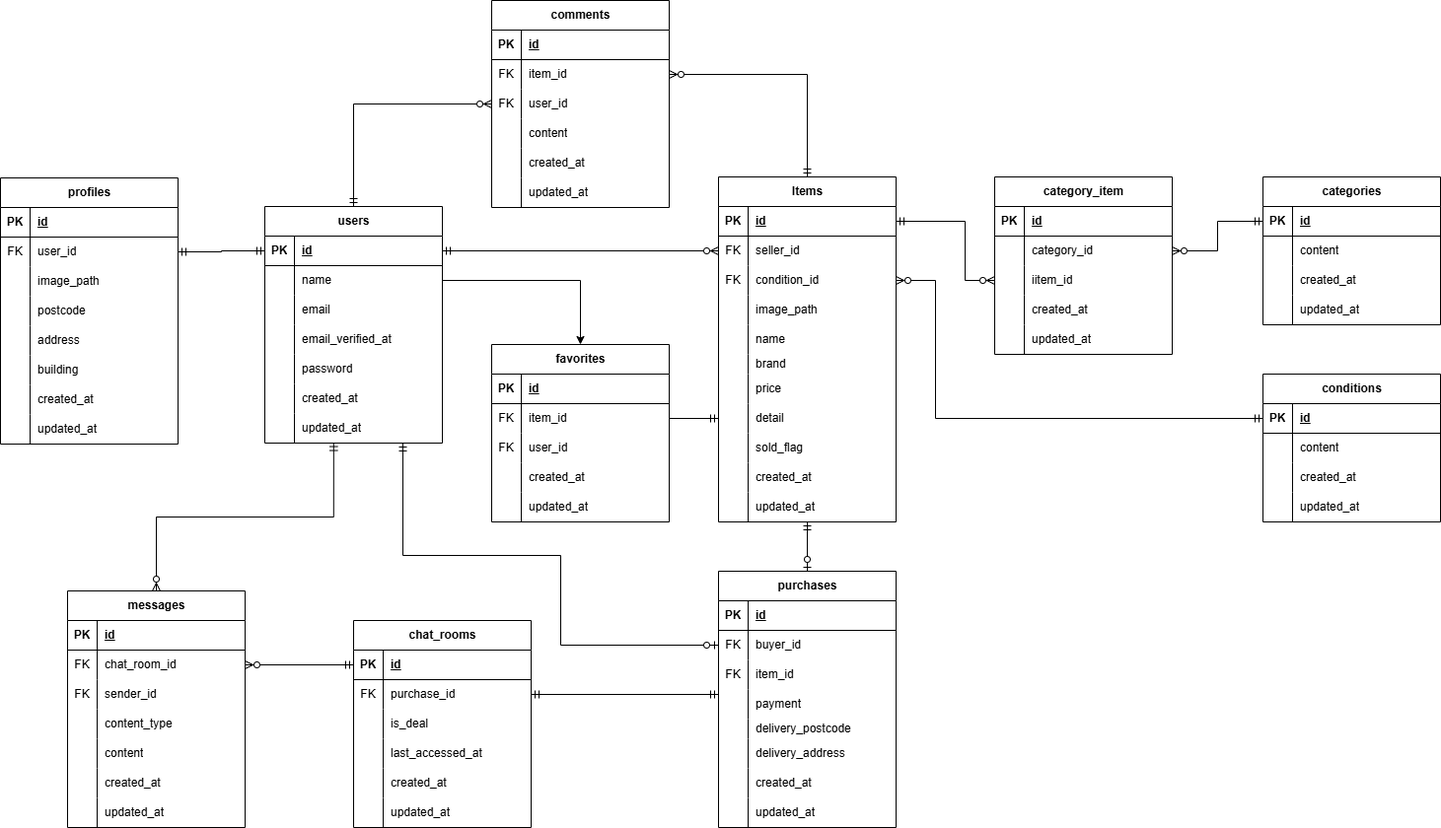
Roba-97/ObanaRyota-mockcase1-furima-app keeps this draw.io diagram as src/er-diagram.drawio.png. Above is the earlier version. Source tidied: cells renumbered, new cells last; positions are measured from the earlier drawing's top-left corner, leaving out a move shared by most shapes.
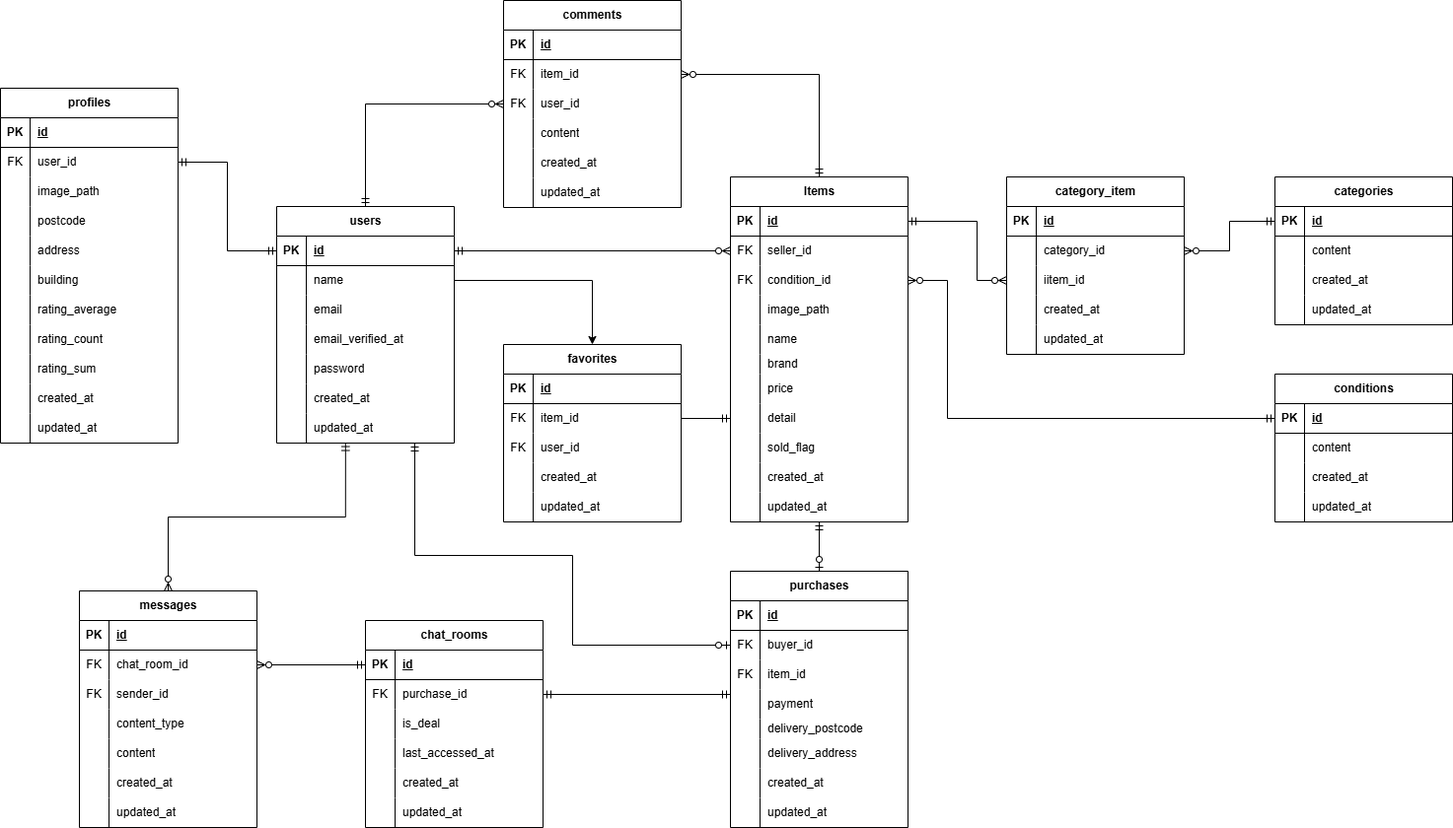
After the change.

Change to the diagram source:
```diff
@@ -72,7 +72,7 @@
       <mxGeometry x="30" width="150" height="30" as="geometry" />
     </mxCell>
     <mxCell id="25" value="profiles" style="shape=table;startSize=30;rowLines=0;fontStyle=1;align=center;html=1;" parent="1" vertex="1">
-      <mxGeometry y="180" width="180" height="270" as="geometry" />
+      <mxGeometry x="-12" y="89" width="180" height="360" as="geometry" />
     </mxCell>
     <mxCell id="26" style="shape=tableRow;horizontal=0;startSize=0;swimlaneHead=0;swimlaneBody=0;fillColor=none;top=0;left=0;right=0;bottom=1;" parent="25" vertex="1">
       <mxGeometry y="30" width="180" height="30" as="geometry" />
@@ -134,7 +134,7 @@
     <mxCell id="45" style="shape=partialRectangle;fillColor=none;top=0;left=0;bottom=0;right=0;overflow=hidden;whiteSpace=wrap;html=1;" parent="44" vertex="1">
       <mxGeometry width="30" height="30" as="geometry" />
     </mxCell>
-    <mxCell id="46" value="&lt;span style=&quot;color: rgb(0, 0, 0);&quot;&gt;created_at&lt;/span&gt;" style="shape=partialRectangle;fillColor=none;top=0;left=0;bottom=0;right=0;align=left;spacingLeft=6;overflow=hidden;whiteSpace=wrap;html=1;" parent="44" vertex="1">
+    <mxCell id="46" value="rating_average" style="shape=partialRectangle;fillColor=none;top=0;left=0;bottom=0;right=0;align=left;spacingLeft=6;overflow=hidden;whiteSpace=wrap;html=1;" parent="44" vertex="1">
       <mxGeometry x="30" width="150" height="30" as="geometry" />
     </mxCell>
     <mxCell id="47" style="shape=tableRow;horizontal=0;startSize=0;swimlaneHead=0;swimlaneBody=0;fillColor=none;top=0;left=0;right=0;bottom=0;" parent="25" vertex="1">
@@ -143,9 +143,36 @@
     <mxCell id="48" style="shape=partialRectangle;fillColor=none;top=0;left=0;bottom=0;right=0;overflow=hidden;whiteSpace=wrap;html=1;" parent="47" vertex="1">
       <mxGeometry width="30" height="30" as="geometry" />
     </mxCell>
-    <mxCell id="49" value="&lt;span style=&quot;color: rgb(0, 0, 0);&quot;&gt;updated_at&lt;/span&gt;" style="shape=partialRectangle;fillColor=none;top=0;left=0;bottom=0;right=0;align=left;spacingLeft=6;overflow=hidden;whiteSpace=wrap;html=1;" parent="47" vertex="1">
+    <mxCell id="49" value="rating_count" style="shape=partialRectangle;fillColor=none;top=0;left=0;bottom=0;right=0;align=left;spacingLeft=6;overflow=hidden;whiteSpace=wrap;html=1;" parent="47" vertex="1">
       <mxGeometry x="30" width="150" height="30" as="geometry" />
     </mxCell>
+    <mxCell id="241" style="shape=tableRow;horizontal=0;startSize=0;swimlaneHead=0;swimlaneBody=0;fillColor=none;top=0;left=0;right=0;bottom=0;" parent="25" vertex="1">
+      <mxGeometry y="270" width="180" height="30" as="geometry" />
+    </mxCell>
+    <mxCell id="242" style="shape=partialRectangle;fillColor=none;top=0;left=0;bottom=0;right=0;overflow=hidden;whiteSpace=wrap;html=1;" parent="241" vertex="1">
+      <mxGeometry width="30" height="30" as="geometry" />
+    </mxCell>
+    <mxCell id="243" value="rating_sum" style="shape=partialRectangle;fillColor=none;top=0;left=0;bottom=0;right=0;align=left;spacingLeft=6;overflow=hidden;whiteSpace=wrap;html=1;" parent="241" vertex="1">
+      <mxGeometry x="30" width="150" height="30" as="geometry" />
+    </mxCell>
+    <mxCell id="244" style="shape=tableRow;horizontal=0;startSize=0;swimlaneHead=0;swimlaneBody=0;fillColor=none;top=0;left=0;right=0;bottom=0;" parent="25" vertex="1">
+      <mxGeometry y="300" width="180" height="30" as="geometry" />
+    </mxCell>
+    <mxCell id="245" style="shape=partialRectangle;fillColor=none;top=0;left=0;bottom=0;right=0;overflow=hidden;whiteSpace=wrap;html=1;" parent="244" vertex="1">
+      <mxGeometry width="30" height="30" as="geometry" />
+    </mxCell>
+    <mxCell id="246" value="&lt;span style=&quot;color: rgb(0, 0, 0);&quot;&gt;created_at&lt;/span&gt;" style="shape=partialRectangle;fillColor=none;top=0;left=0;bottom=0;right=0;align=left;spacingLeft=6;overflow=hidden;whiteSpace=wrap;html=1;" parent="244" vertex="1">
+      <mxGeometry x="30" width="150" height="30" as="geometry" />
+    </mxCell>
+    <mxCell id="247" style="shape=tableRow;horizontal=0;startSize=0;swimlaneHead=0;swimlaneBody=0;fillColor=none;top=0;left=0;right=0;bottom=0;" parent="25" vertex="1">
+      <mxGeometry y="330" width="180" height="30" as="geometry" />
+    </mxCell>
+    <mxCell id="248" style="shape=partialRectangle;fillColor=none;top=0;left=0;bottom=0;right=0;overflow=hidden;whiteSpace=wrap;html=1;" parent="247" vertex="1">
+      <mxGeometry width="30" height="30" as="geometry" />
+    </mxCell>
+    <mxCell id="249" value="&lt;span style=&quot;color: rgb(0, 0, 0);&quot;&gt;updated_at&lt;/span&gt;" style="shape=partialRectangle;fillColor=none;top=0;left=0;bottom=0;right=0;align=left;spacingLeft=6;overflow=hidden;whiteSpace=wrap;html=1;" parent="247" vertex="1">
+      <mxGeometry x="30" width="150" height="30" as="geometry" />
+    </mxCell>
     <mxCell id="50" value="Items" style="shape=table;startSize=30;rowLines=0;fontStyle=1;align=center;html=1;" parent="1" vertex="1">
       <mxGeometry x="728" y="179" width="180" height="350" as="geometry" />
     </mxCell>
```
